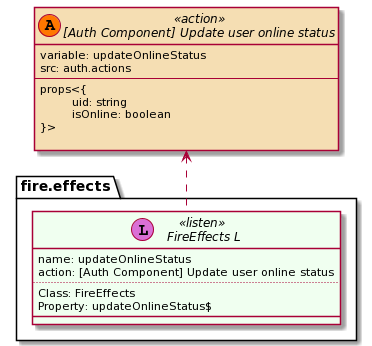
The PlantUML diagram out/_Auth-Component_Update-user-online-status.png in shreeshreee/classroom-rds, before a commit.
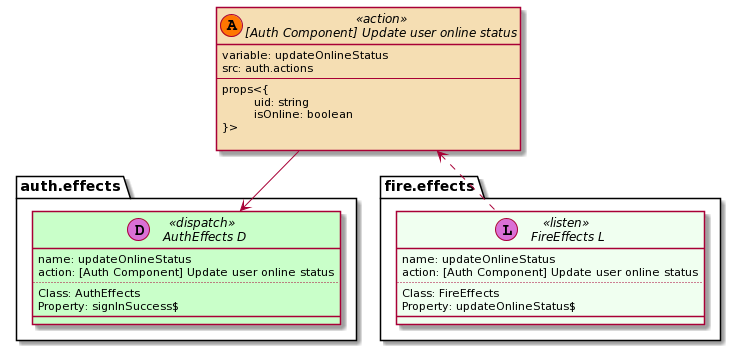
The same file after the commit.

Diff of the diagram source:
```diff
@@ -18,6 +18,16 @@
         }
 
 
+interface "auth.effects:: AuthEffects D" << (D,orchid) dispatch >> {
+            name: updateOnlineStatus
+            action: [Auth Component] Update user online status
+            ..
+            Class: AuthEffects
+Property: signInSuccess$
+            __
+        }
+        "[Auth Component] Update user online status" -down-> "auth.effects:: AuthEffects D"
+
 interface "fire.effects:: FireEffects L" << (L,orchid) listen >> {
             name: updateOnlineStatus
             action: [Auth Component] Update user online status
```
